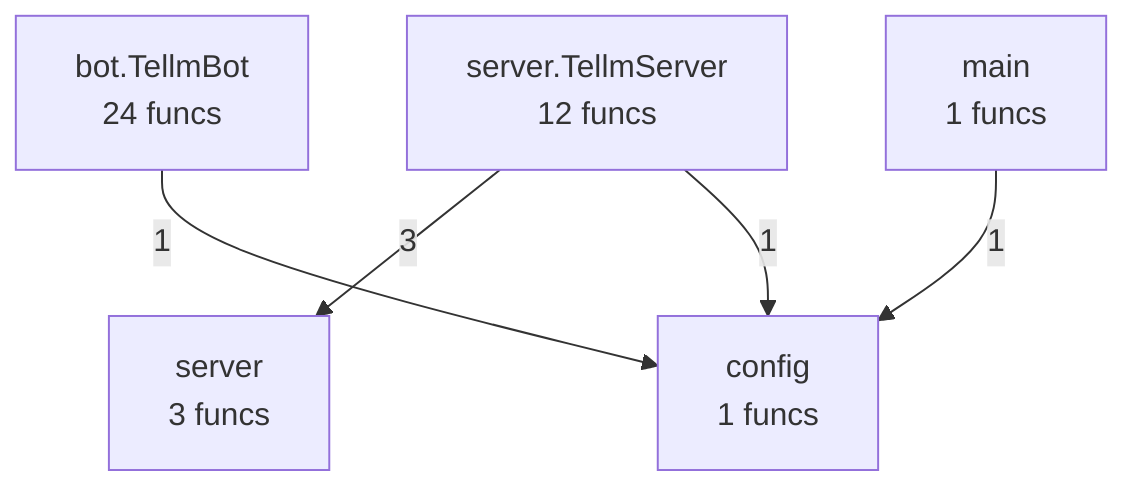
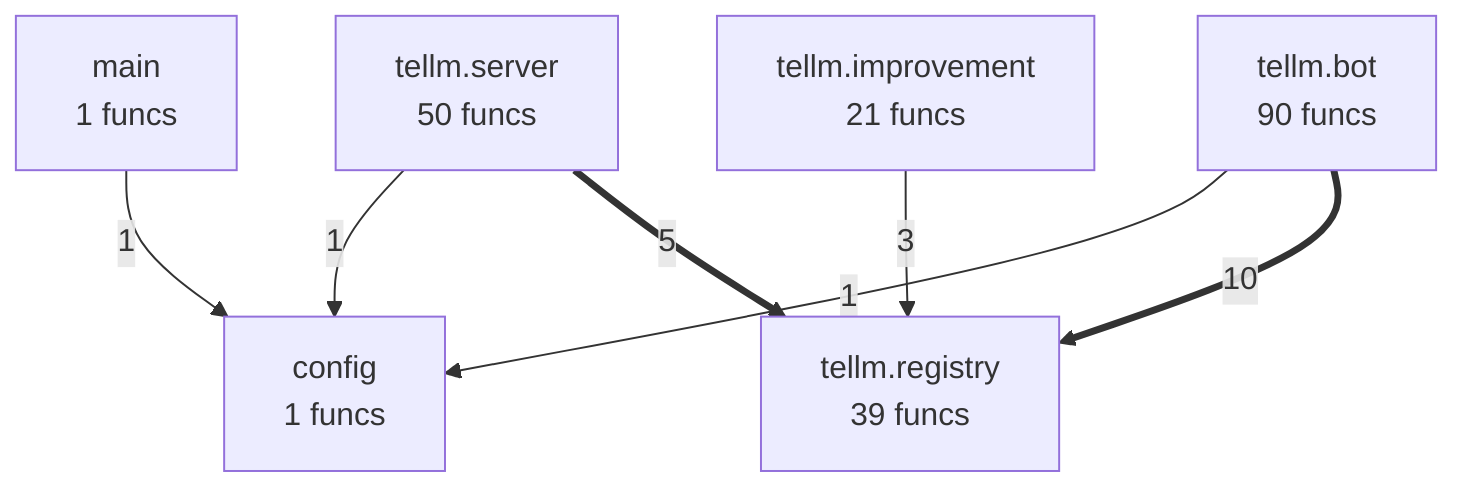
flowchart TD
%% generated in 0.00s
-     bot__TellmBot["bot.TellmBot<br/>24 funcs"]
    config["config<br/>1 funcs"]
    main["main<br/>1 funcs"]
-     server["server<br/>3 funcs"]
-     server__TellmServer["server.TellmServer<br/>12 funcs"]
-     server__TellmServer -->|3| server
-     server__TellmServer -->|1| config
-     bot__TellmBot -->|1| config
+     tellm__bot["tellm.bot<br/>90 funcs"]
+     tellm__improvement["tellm.improvement<br/>21 funcs"]
+     tellm__registry["tellm.registry<br/>39 funcs"]
+     tellm__server["tellm.server<br/>50 funcs"]
+     tellm__bot ==>|10| tellm__registry
+     tellm__server ==>|5| tellm__registry
+     tellm__improvement -->|3| tellm__registry
+     tellm__server -->|1| config
+     tellm__bot -->|1| config
    main -->|1| config
